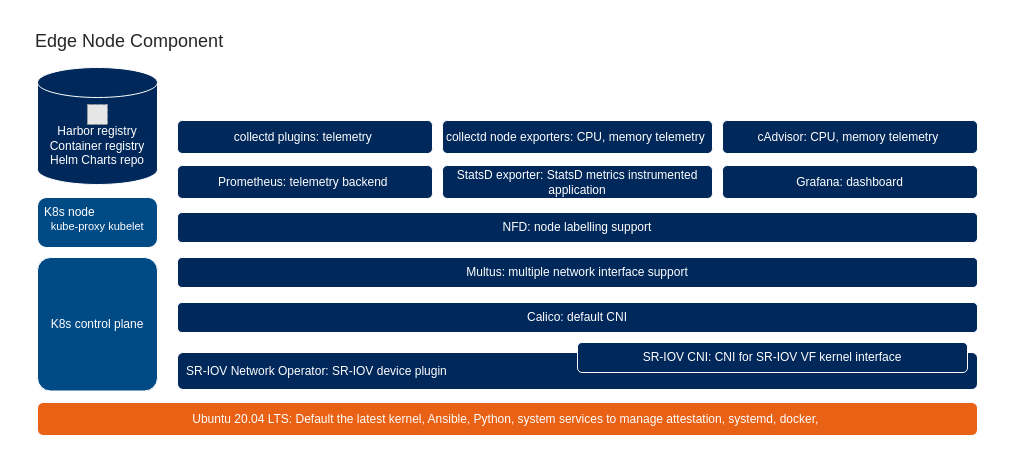
This is experience-kits/images/dek-component-diagram.drawio from intelsmartedgeons/docs, a draw.io file, before an edit. Source tidied: cells renumbered, new cells numbered last; positions are measured from the earlier drawing's top-left corner, leaving out a move shared by most shapes. Both pictures are drawn from the tidied source at 100%, with x=0, y=0 at pixel (17, 17). Pictures stored in the file or linked from it are replaced by grey dashed boxes.
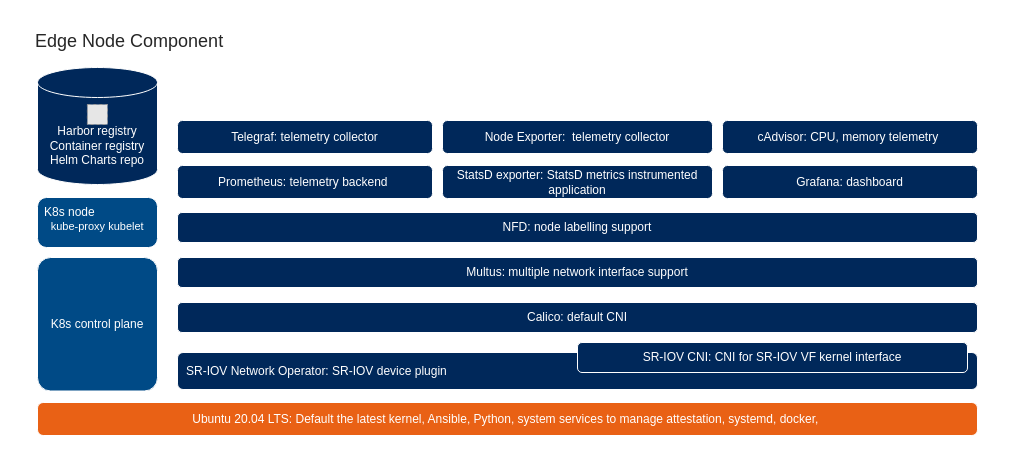
The same diagram, later.

Change to the diagram source:
```diff
@@
 <mxGraphModel>
   <root>
     <mxCell id="0" />
     <mxCell id="1" parent="0" />
     <mxCell id="2" value="&lt;font&gt;&amp;nbsp; &amp;nbsp;&lt;font style=&quot;font-size: 14px&quot;&gt;Edge Node Components&lt;/font&gt;&lt;/font&gt;" style="rounded=0;whiteSpace=wrap;html=1;align=left;verticalAlign=top;fontFamily=IntelOne Text;fontColor=#FFFFFF;strokeColor=#FFFFFF;" parent="1" vertex="1">
       <mxGeometry width="980" height="440" as="geometry" />
     </mxCell>
     <mxCell id="3" value="&lt;font&gt;&amp;nbsp;&lt;br&gt;Harbor registry&lt;br&gt;Container registry Helm Charts repo&lt;/font&gt;" style="shape=cylinder3;whiteSpace=wrap;html=1;boundedLbl=1;backgroundOutline=1;size=15;align=center;fontFamily=IntelOne Text;fillColor=#00285A;fontColor=#FFFFFF;strokeColor=#FFFFFF;" parent="1" vertex="1">
       <mxGeometry x="20" y="50" width="120" height="117" as="geometry" />
     </mxCell>
     <mxCell id="4" value="Ubuntu 20.04 LTS: Default the latest kernel, Ansible, Python, system services to manage attestation, systemd, docker,&amp;nbsp;" style="rounded=1;whiteSpace=wrap;html=1;align=center;fontFamily=IntelOne Text;fillColor=#E96115;arcSize=17;fontColor=#FFFFFF;strokeColor=#FFFFFF;" parent="1" vertex="1">
       <mxGeometry x="20" y="385" width="940" height="33" as="geometry" />
     </mxCell>
     <mxCell id="5" value="SR-IOV Network Operator: SR-IOV device plugin" style="rounded=1;whiteSpace=wrap;html=1;align=left;fontFamily=IntelOne Text;spacingLeft=7;fillColor=#00285A;fontColor=#FFFFFF;strokeColor=#FFFFFF;" parent="1" vertex="1">
       <mxGeometry x="160" y="335" width="800" height="37" as="geometry" />
     </mxCell>
     <mxCell id="6" value="NFD: node labelling support" style="rounded=1;whiteSpace=wrap;html=1;align=center;fontFamily=IntelOne Text;fillColor=#00285A;fontColor=#FFFFFF;strokeColor=#FFFFFF;" parent="1" vertex="1">
       <mxGeometry x="160" y="195" width="800" height="30" as="geometry" />
     </mxCell>
     <mxCell id="7" value="Calico: default CNI" style="rounded=1;whiteSpace=wrap;html=1;align=center;fontFamily=IntelOne Text;fillColor=#00285A;fontColor=#FFFFFF;strokeColor=#FFFFFF;" parent="1" vertex="1">
       <mxGeometry x="160" y="285" width="800" height="30" as="geometry" />
     </mxCell>
     <mxCell id="8" value="Multus: multiple network interface support" style="rounded=1;whiteSpace=wrap;html=1;align=center;fontFamily=IntelOne Text;fillColor=#00285A;fontColor=#FFFFFF;strokeColor=#FFFFFF;" parent="1" vertex="1">
       <mxGeometry x="160" y="240" width="800" height="30" as="geometry" />
     </mxCell>
-    <mxCell id="9" value="collectd plugins: telemetry&amp;nbsp;" style="rounded=1;whiteSpace=wrap;html=1;align=center;fontFamily=IntelOne Text;fillColor=#00285A;fontColor=#FFFFFF;strokeColor=#FFFFFF;" parent="1" vertex="1">
+    <mxCell id="9" value="Telegraf: telemetry collector" style="rounded=1;whiteSpace=wrap;html=1;align=center;fontFamily=IntelOne Text;fillColor=#00285A;fontColor=#FFFFFF;strokeColor=#FFFFFF;" parent="1" vertex="1">
       <mxGeometry x="160" y="103" width="255" height="33" as="geometry" />
     </mxCell>
     <mxCell id="10" value="SR-IOV CNI: CNI for SR-IOV VF kernel interface" style="rounded=1;whiteSpace=wrap;html=1;align=center;fontFamily=IntelOne Text;fillColor=#00285A;fontColor=#FFFFFF;strokeColor=#FFFFFF;" parent="1" vertex="1">
       <mxGeometry x="560" y="325" width="390" height="30" as="geometry" />
     </mxCell>
-    <mxCell id="11" value="collectd node exporters: CPU, memory telemetry&amp;nbsp;" style="rounded=1;whiteSpace=wrap;html=1;align=center;fontFamily=IntelOne Text;fillColor=#00285A;fontColor=#FFFFFF;strokeColor=#FFFFFF;" parent="1" vertex="1">
+    <mxCell id="11" value="Node Exporter:&amp;nbsp; telemetry collector" style="rounded=1;whiteSpace=wrap;html=1;align=center;fontFamily=IntelOne Text;fillColor=#00285A;fontColor=#FFFFFF;strokeColor=#FFFFFF;" parent="1" vertex="1">
       <mxGeometry x="425" y="103" width="270" height="33" as="geometry" />
     </mxCell>
     <mxCell id="12" value="cAdvisor: CPU, memory telemetry&amp;nbsp;" style="rounded=1;whiteSpace=wrap;html=1;align=center;fontFamily=IntelOne Text;fillColor=#00285A;fontColor=#FFFFFF;strokeColor=#FFFFFF;" parent="1" vertex="1">
       <mxGeometry x="705" y="103" width="255" height="33" as="geometry" />
     </mxCell>
     <mxCell id="13" value="Prometheus: telemetry backend&amp;nbsp;" style="rounded=1;whiteSpace=wrap;html=1;align=center;fontFamily=IntelOne Text;fillColor=#00285A;fontColor=#FFFFFF;strokeColor=#FFFFFF;" parent="1" vertex="1">
       <mxGeometry x="160" y="148" width="255" height="33" as="geometry" />
     </mxCell>
     <mxCell id="14" value="K8s control plane" style="rounded=1;whiteSpace=wrap;html=1;align=center;fontFamily=IntelOne Text;labelBackgroundColor=none;fillColor=#004A86;arcSize=11;fontColor=#FFFFFF;strokeColor=#FFFFFF;" parent="1" vertex="1">
       <mxGeometry x="20" y="240" width="120" height="133.5" as="geometry" />
     </mxCell>
     <mxCell id="15" value="K8s node &lt;br&gt;&amp;nbsp; &lt;font style=&quot;font-size: 11px&quot;&gt;kube-proxy kubelet&amp;nbsp;&lt;/font&gt;" style="rounded=1;whiteSpace=wrap;html=1;align=left;fontFamily=IntelOne Text;verticalAlign=top;spacingTop=1;spacingLeft=5;labelBackgroundColor=none;fillColor=#004A86;arcSize=18;fontColor=#FFFFFF;strokeColor=#FFFFFF;" parent="1" vertex="1">
       <mxGeometry x="20" y="180" width="120" height="50" as="geometry" />
     </mxCell>
     <mxCell id="16" value="StatsD exporter: StatsD metrics instrumented application" style="rounded=1;whiteSpace=wrap;html=1;align=center;fontFamily=IntelOne Text;fontColor=#FFFFFF;fillColor=#00285A;strokeColor=#FFFFFF;" parent="1" vertex="1">
       <mxGeometry x="425" y="148" width="270" height="33" as="geometry" />
     </mxCell>
     <mxCell id="17" value="Grafana: dashboard" style="rounded=1;whiteSpace=wrap;html=1;align=center;fontFamily=IntelOne Text;fillColor=#00285A;fontColor=#FFFFFF;strokeColor=#FFFFFF;" parent="1" vertex="1">
       <mxGeometry x="705" y="148" width="255" height="33" as="geometry" />
     </mxCell>
     <mxCell id="18" style="fillColor=#E6E6E6;strokeColor=#999999;dashed=1;verticalLabelPosition=bottom;labelBackgroundColor=#ffffff;verticalAlign=top;fontColor=#FFFFFF;" parent="1" vertex="1">
       <mxGeometry x="69.9" y="87" width="20.1" height="20" as="geometry" />
     </mxCell>
     <mxCell id="19" value="&lt;p class=&quot;p1&quot; style=&quot;margin: 0px ; font-stretch: normal ; line-height: normal&quot;&gt;&lt;font style=&quot;font-size: 18px&quot;&gt;Edge Node Component&lt;/font&gt;&lt;/p&gt;" style="text;html=1;align=left;verticalAlign=middle;whiteSpace=wrap;rounded=0;fontColor=#262626;fontFamily=IntelOne Text;" parent="1" vertex="1">
       <mxGeometry x="16" y="14" width="210" height="20" as="geometry" />
     </mxCell>
   </root>
 </mxGraphModel>
```
